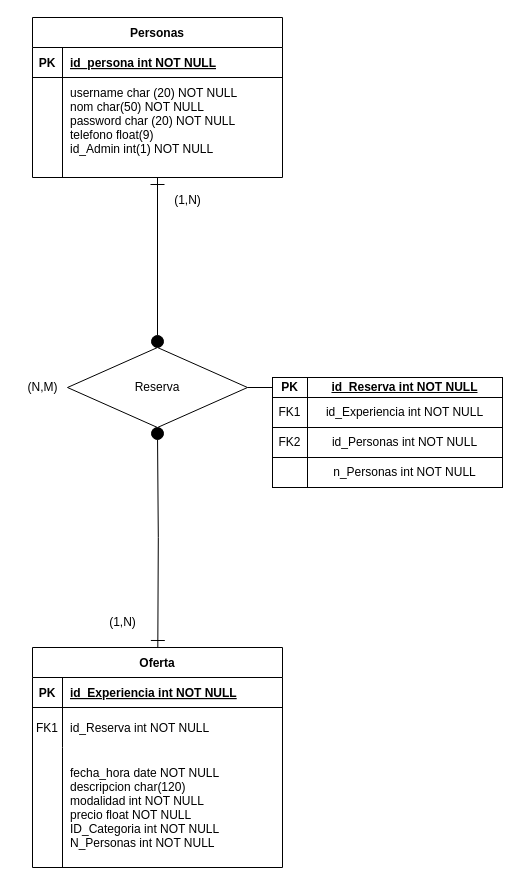
Before: Diagramas/Diagrama_ER_XaJo.drawio in joam6/Sailing_XaJo, a draw.io diagram. Source tidied: cells renumbered, new cells numbered last; positions are measured from the earlier drawing's top-left corner, leaving out a move shared by most shapes. Both pictures are drawn from the tidied source at 100%, with x=0, y=0 at pixel (17, 17).
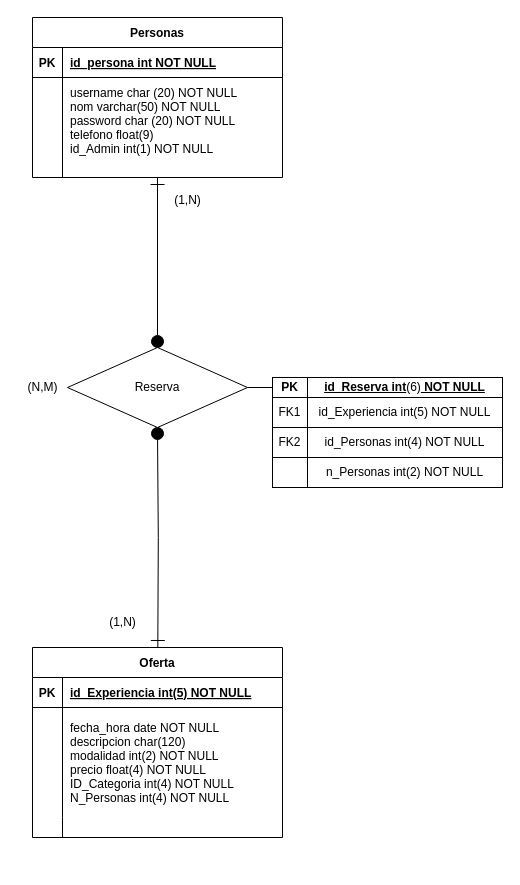
Above is the later version.

Unchanged cells that the change refers to:
```xml
<mxCell id="4" style="shape=partialRectangle;fillColor=none;top=0;left=0;right=0;bottom=1;" parent="3" vertex="1">
  <mxGeometry y="30" width="250" height="30" as="geometry" />
</mxCell>
<mxCell id="18" style="shape=partialRectangle;fillColor=none;top=0;left=0;right=0;bottom=0;" parent="14" vertex="1">
  <mxGeometry y="60" width="250" height="100" as="geometry" />
</mxCell>
```

The edit, as a diff of the source:
```diff
@@
     <mxCell id="3" value="Oferta" style="shape=table;startSize=30;childLayout=tableLayout;rowLines=0;fontStyle=1;align=center;" parent="1" vertex="1">
-      <mxGeometry x="15" y="630" width="250" height="220" as="geometry" />
+      <mxGeometry x="15" y="630" width="250" height="190" as="geometry" />
     </mxCell>
@@
-    <mxCell id="6" value="id_Experiencia int NOT NULL " style="shape=partialRectangle;overflow=hidden;fillColor=none;top=0;left=0;bottom=0;right=0;align=left;spacingLeft=6;fontStyle=5;" parent="4" vertex="1">
+    <mxCell id="6" value="id_Experiencia int(5) NOT NULL " style="shape=partialRectangle;overflow=hidden;fillColor=none;top=0;left=0;bottom=0;right=0;align=left;spacingLeft=6;fontStyle=5;" parent="4" vertex="1">
       <mxGeometry x="30" width="220" height="30" as="geometry" />
     </mxCell>
     <mxCell id="7" style="shape=partialRectangle;fillColor=none;top=0;left=0;right=0;bottom=0;" parent="3" vertex="1">
-      <mxGeometry y="60" width="250" height="40" as="geometry" />
+      <mxGeometry y="60" width="250" height="110" as="geometry" />
     </mxCell>
-    <mxCell id="8" value="FK1" style="shape=partialRectangle;overflow=hidden;fillColor=none;top=0;left=0;bottom=0;right=0;" parent="7" vertex="1">
-      <mxGeometry width="30" height="40" as="geometry" />
+    <mxCell id="8" style="shape=partialRectangle;overflow=hidden;fillColor=none;top=0;left=0;bottom=0;right=0;" parent="7" vertex="1">
+      <mxGeometry width="30" height="110" as="geometry" />
     </mxCell>
-    <mxCell id="9" value="id_Reserva int NOT NULL" style="shape=partialRectangle;overflow=hidden;fillColor=none;top=0;left=0;bottom=0;right=0;align=left;spacingLeft=6;" parent="7" vertex="1">
-      <mxGeometry x="30" width="220" height="40" as="geometry" />
+    <mxCell id="9" value="fecha_hora date NOT NULL&#10;descripcion char(120) &#10;modalidad int(2) NOT NULL&#10;precio float(4) NOT NULL&#10;ID_Categoria int(4) NOT NULL&#10;N_Personas int(4) NOT NULL" style="shape=partialRectangle;overflow=hidden;fillColor=none;top=0;left=0;bottom=0;right=0;align=left;spacingLeft=6;" parent="7" vertex="1">
+      <mxGeometry x="30" width="220" height="110" as="geometry" />
     </mxCell>
     <mxCell id="10" style="shape=partialRectangle;fillColor=none;top=0;left=0;right=0;bottom=0;" parent="3" vertex="1">
-      <mxGeometry y="100" width="250" height="120" as="geometry" />
+      <mxGeometry y="170" width="250" height="20" as="geometry" />
     </mxCell>
     <mxCell id="11" style="shape=partialRectangle;overflow=hidden;fillColor=none;top=0;left=0;bottom=0;right=0;" parent="10" vertex="1">
-      <mxGeometry width="30" height="120" as="geometry" />
+      <mxGeometry width="30" height="20" as="geometry" />
     </mxCell>
-    <mxCell id="12" value="fecha_hora date NOT NULL&#10;descripcion char(120) &#10;modalidad int NOT NULL&#10;precio float NOT NULL&#10;ID_Categoria int NOT NULL&#10;N_Personas int NOT NULL" style="shape=partialRectangle;overflow=hidden;fillColor=none;top=0;left=0;bottom=0;right=0;align=left;spacingLeft=6;" parent="10" vertex="1">
-      <mxGeometry x="30" width="220" height="120" as="geometry" />
+    <mxCell id="12" style="shape=partialRectangle;overflow=hidden;fillColor=none;top=0;left=0;bottom=0;right=0;align=left;spacingLeft=6;" parent="10" vertex="1">
+      <mxGeometry x="30" width="220" height="20" as="geometry" />
     </mxCell>
@@
-    <mxCell id="20" value="username char (20) NOT NULL&#10;nom char(50) NOT NULL&#10;password char (20) NOT NULL&#10;telefono float(9)&#10;id_Admin int(1) NOT NULL&#10;" style="shape=partialRectangle;overflow=hidden;fillColor=none;top=0;left=0;bottom=0;right=0;align=left;spacingLeft=6;" parent="18" vertex="1">
+    <mxCell id="20" value="username char (20) NOT NULL&#10;nom varchar(50) NOT NULL&#10;password char (20) NOT NULL&#10;telefono float(9)&#10;id_Admin int(1) NOT NULL&#10;" style="shape=partialRectangle;overflow=hidden;fillColor=none;top=0;left=0;bottom=0;right=0;align=left;spacingLeft=6;" parent="18" vertex="1">
       <mxGeometry x="30" width="220" height="100" as="geometry" />
     </mxCell>
@@
-    <mxCell id="24" value="&lt;span style=&quot;font-weight: 700; text-align: left; text-wrap-mode: nowrap; text-decoration-line: underline;&quot;&gt;id_Reserva int NOT NULL&lt;/span&gt;" style="html=1;whiteSpace=wrap;" parent="1" vertex="1">
+    <mxCell id="24" value="&lt;span style=&quot;font-weight: 700; text-align: left; text-wrap-mode: nowrap; text-decoration-line: underline;&quot;&gt;id_Reserva int&lt;/span&gt;&lt;span style=&quot;text-align: left; text-wrap-mode: nowrap;&quot;&gt;(6)&lt;/span&gt;&lt;span style=&quot;font-weight: 700; text-align: left; text-wrap-mode: nowrap; text-decoration-line: underline;&quot;&gt;&amp;nbsp;NOT NULL&lt;/span&gt;" style="html=1;whiteSpace=wrap;" parent="1" vertex="1">
       <mxGeometry x="290" y="360" width="195" height="20" as="geometry" />
     </mxCell>
@@
-    <mxCell id="29" value="&lt;div&gt;&lt;span style=&quot;text-align: left; text-wrap-mode: nowrap; background-color: initial;&quot;&gt;n_Personas int NOT NULL&lt;/span&gt;&lt;/div&gt;" style="html=1;whiteSpace=wrap;" parent="1" vertex="1">
+    <mxCell id="29" value="&lt;div&gt;&lt;span style=&quot;text-align: left; text-wrap-mode: nowrap; background-color: initial;&quot;&gt;n_Personas int&lt;/span&gt;&lt;span style=&quot;text-align: left; text-wrap-mode: nowrap; background-color: initial;&quot;&gt;(2)&lt;/span&gt;&lt;span style=&quot;background-color: initial; text-align: left; text-wrap-mode: nowrap;&quot;&gt;&amp;nbsp;NOT NULL&lt;/span&gt;&lt;/div&gt;" style="html=1;whiteSpace=wrap;" parent="1" vertex="1">
       <mxGeometry x="290" y="440" width="195" height="30" as="geometry" />
     </mxCell>
@@
-    <mxCell id="31" value="&lt;span style=&quot;text-align: left; text-wrap-mode: nowrap;&quot;&gt;id_Personas int NOT NULL&lt;/span&gt;" style="html=1;whiteSpace=wrap;" parent="1" vertex="1">
+    <mxCell id="31" value="&lt;span style=&quot;text-align: left; text-wrap-mode: nowrap;&quot;&gt;id_Personas int&lt;/span&gt;&lt;span style=&quot;text-align: left; text-wrap-mode: nowrap;&quot;&gt;(4)&lt;/span&gt;&lt;span style=&quot;text-align: left; text-wrap-mode: nowrap;&quot;&gt;&amp;nbsp;NOT NULL&lt;/span&gt;" style="html=1;whiteSpace=wrap;" parent="1" vertex="1">
       <mxGeometry x="290" y="410" width="195" height="30" as="geometry" />
     </mxCell>
@@
-    <mxCell id="33" value="&lt;span style=&quot;text-align: left; text-wrap-mode: nowrap;&quot;&gt;id_Experiencia int NOT NULL&lt;/span&gt;" style="html=1;whiteSpace=wrap;" parent="1" vertex="1">
+    <mxCell id="33" value="&lt;span style=&quot;text-align: left; text-wrap-mode: nowrap;&quot;&gt;id_Experiencia int(5) NOT NULL&lt;/span&gt;" style="html=1;whiteSpace=wrap;" parent="1" vertex="1">
       <mxGeometry x="290" y="380" width="195" height="30" as="geometry" />
     </mxCell>
```
